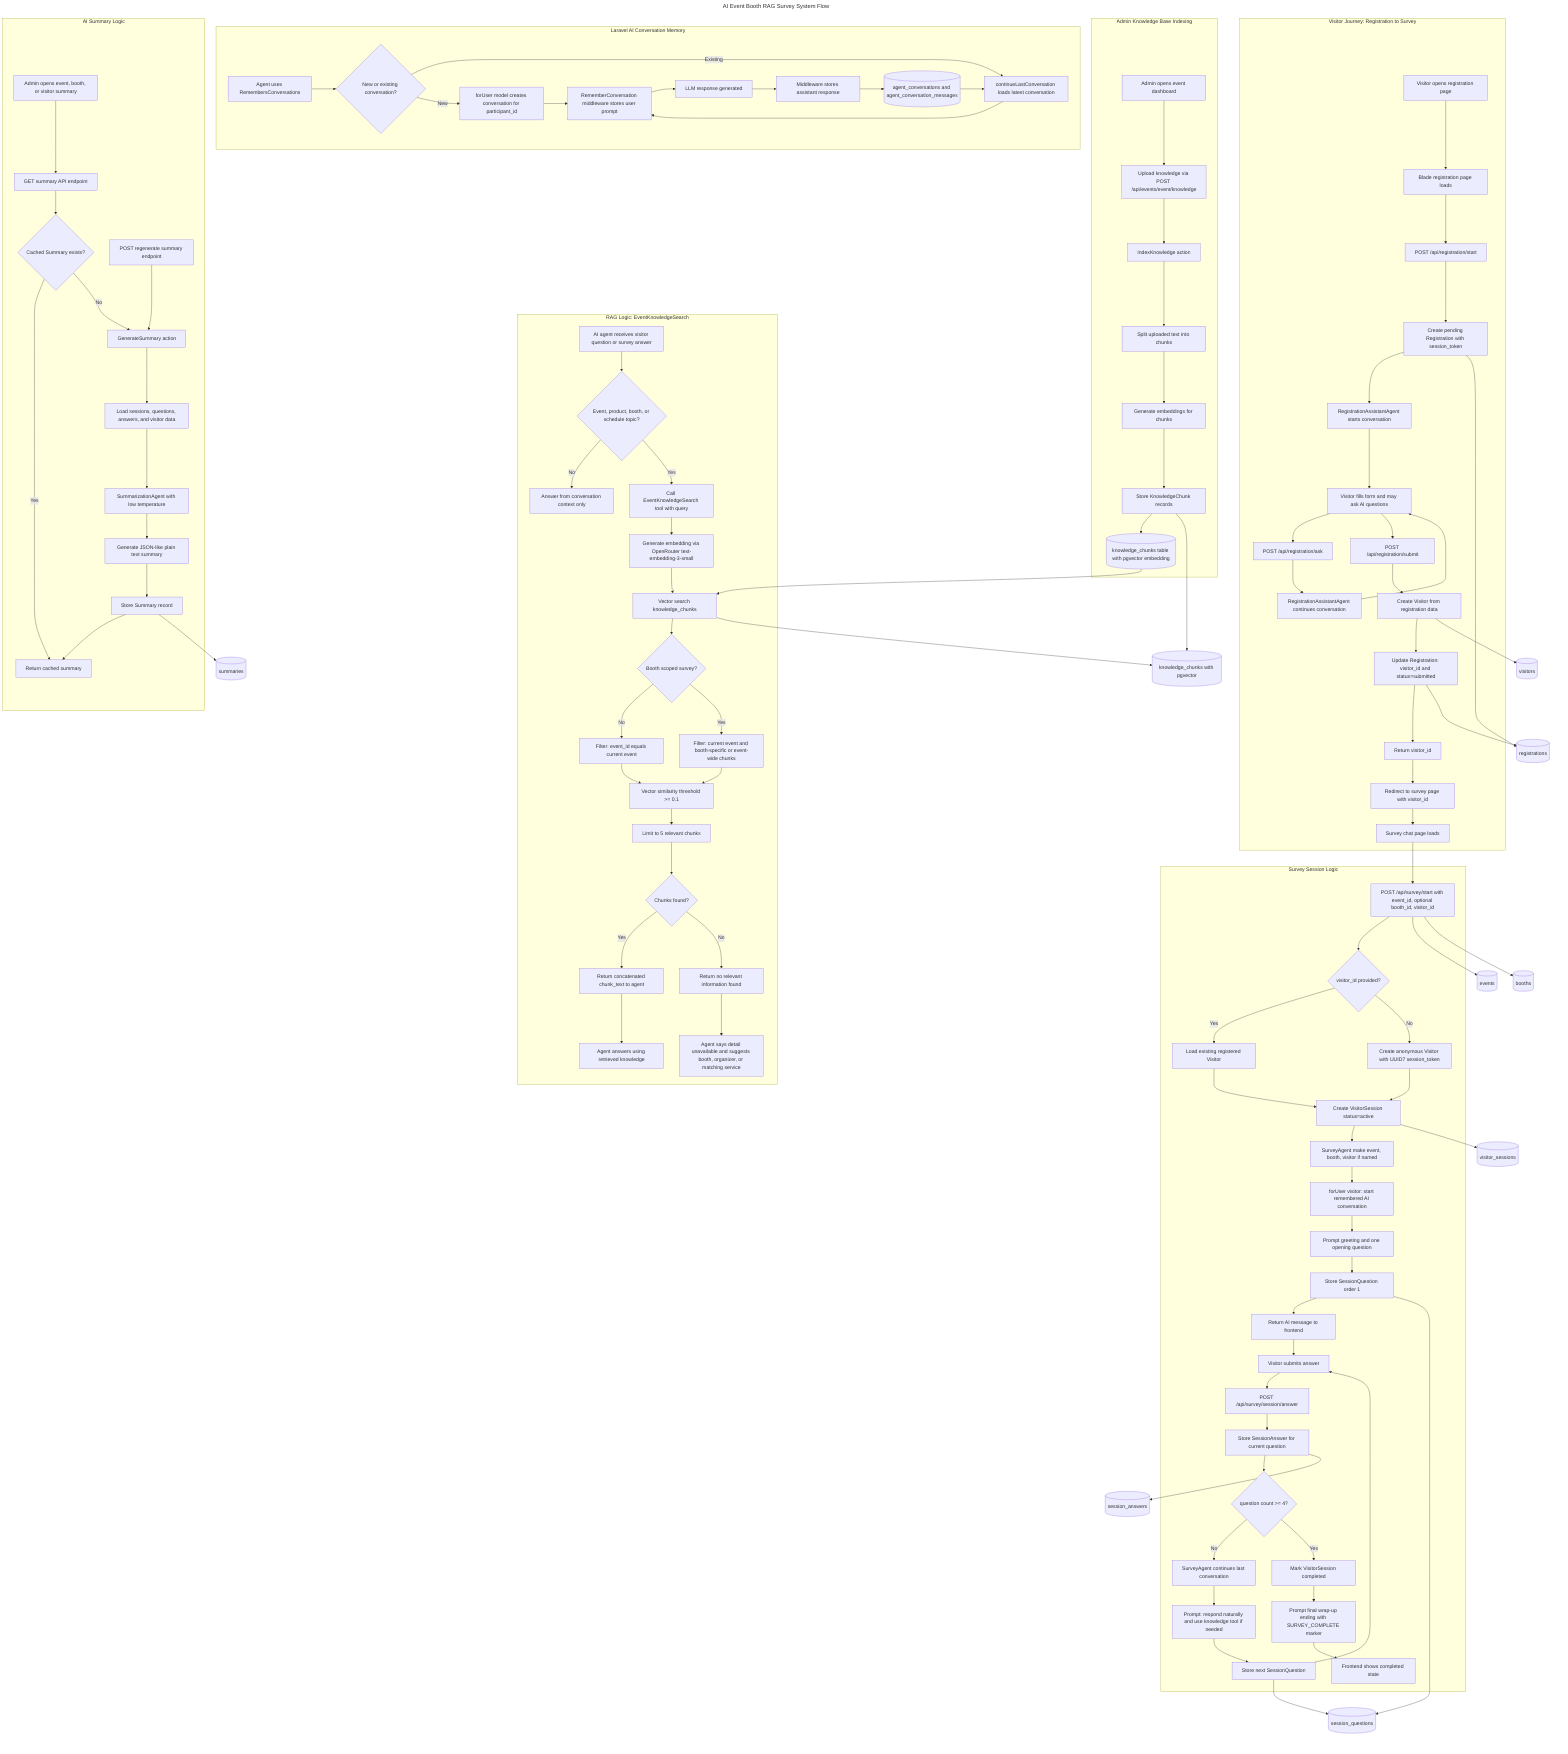
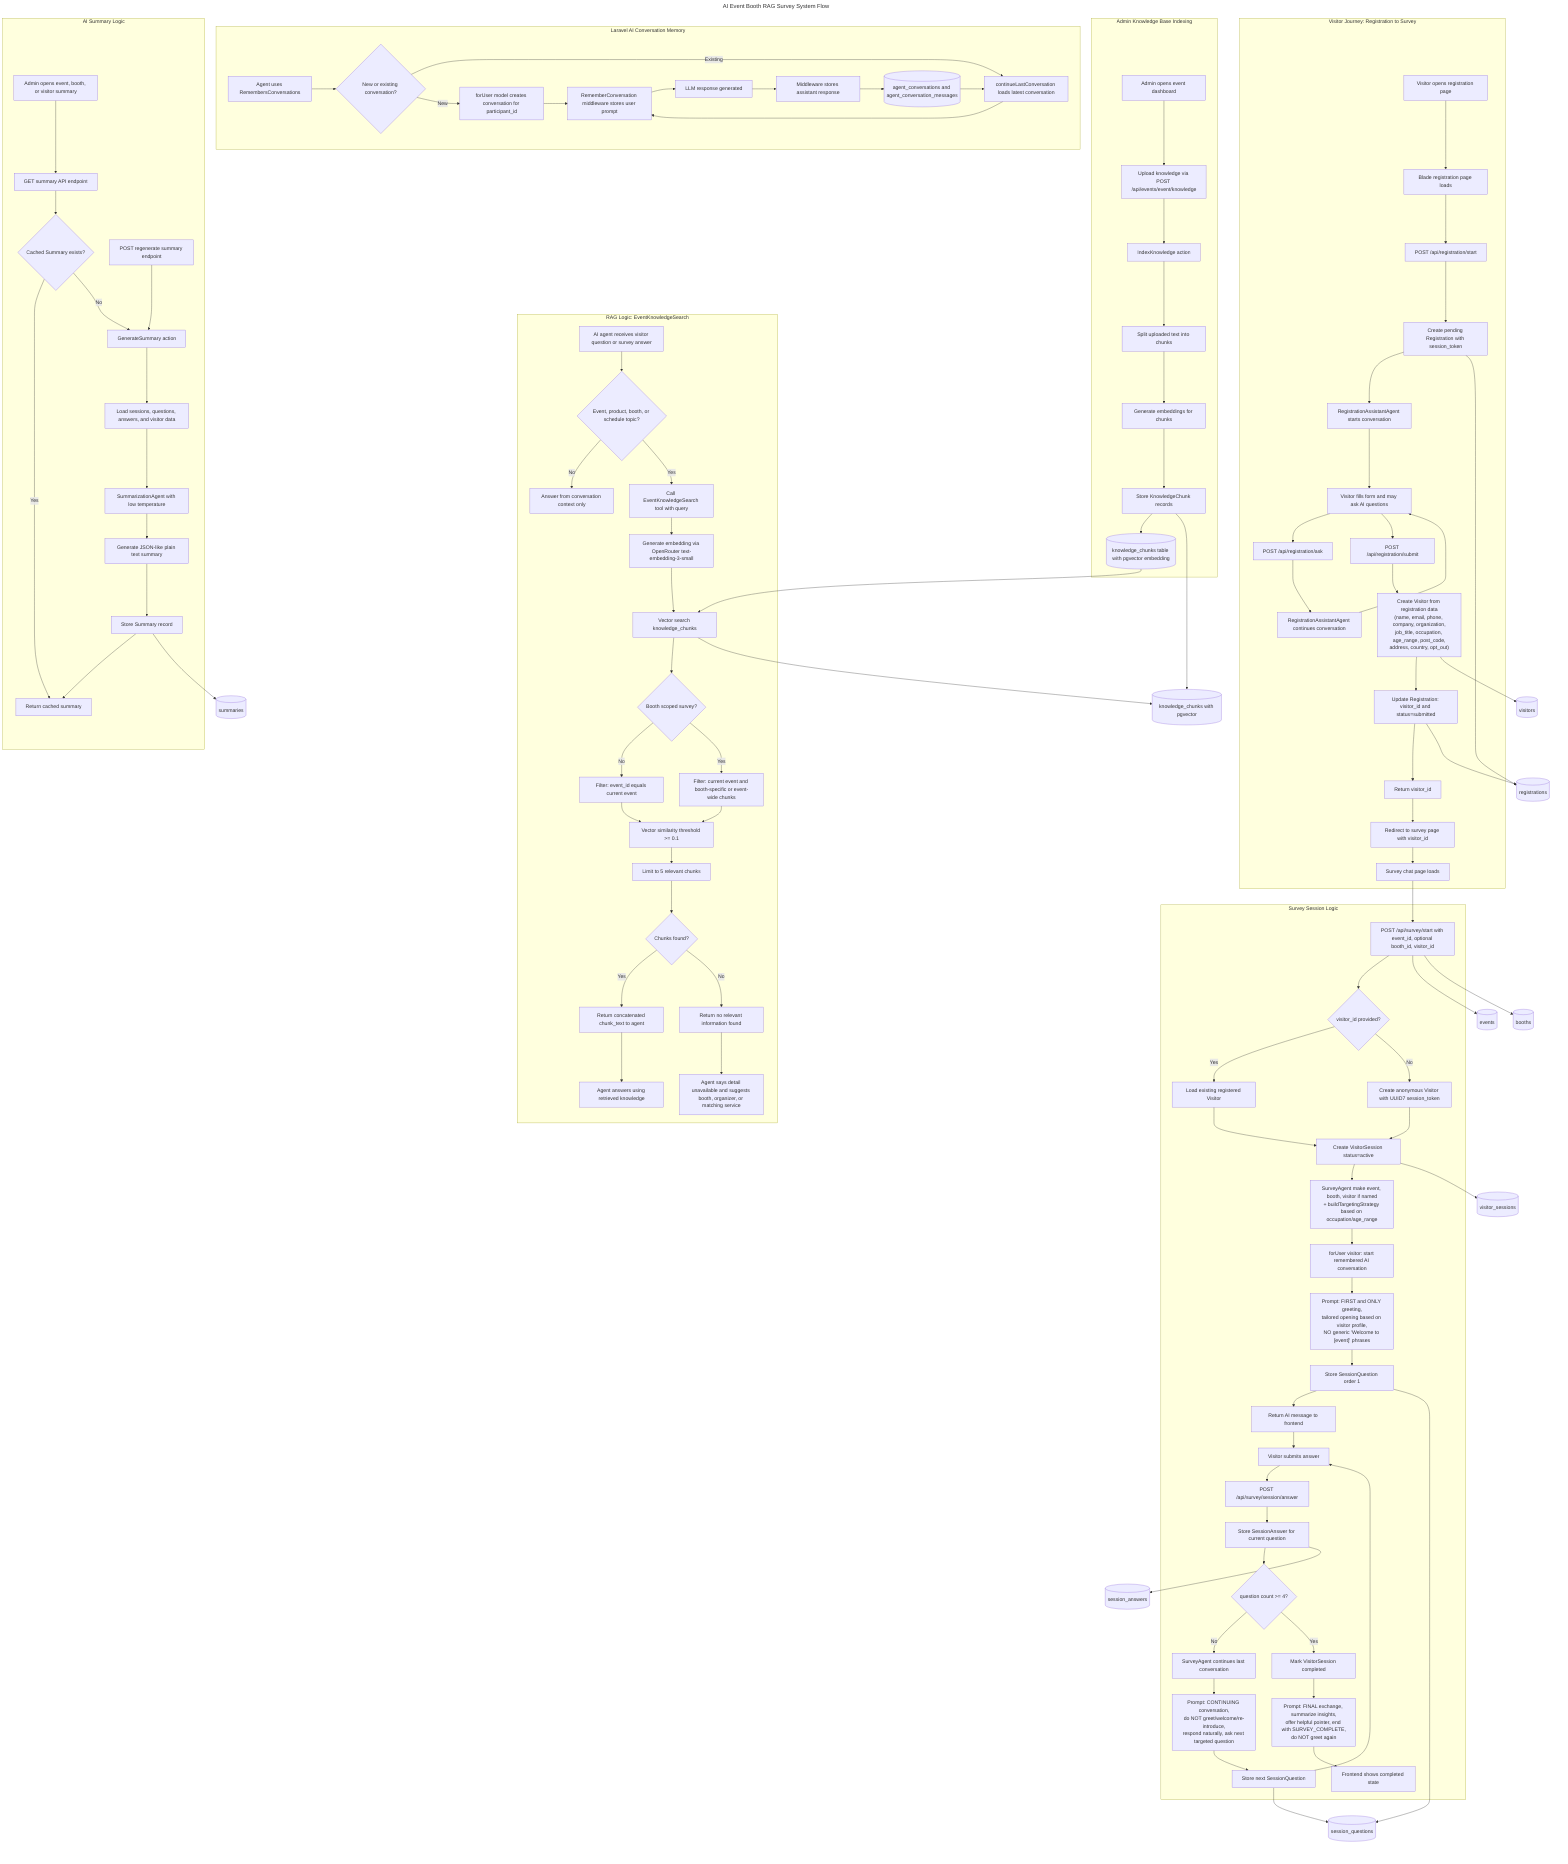
---
title: AI Event Booth RAG Survey System Flow
---

flowchart TD
    %% Overall visitor journey
    subgraph VisitorJourney["Visitor Journey: Registration to Survey"]
        A["Visitor opens registration page"] --> B["Blade registration page loads"]
        B --> C["POST /api/registration/start"]
        C --> D["Create pending Registration with session_token"]
        D --> E["RegistrationAssistantAgent starts conversation"]
        E --> F["Visitor fills form and may ask AI questions"]
        F --> G["POST /api/registration/ask"]
        G --> H["RegistrationAssistantAgent continues conversation"]
        H --> F
        F --> I["POST /api/registration/submit"]
-         I --> J["Create Visitor from registration data"]
+         I --> J["Create Visitor from registration data\n(name, email, phone, company, organization,\njob_title, occupation, age_range, post_code,\naddress, country, opt_out)"]
        J --> K["Update Registration: visitor_id and status=submitted"]
        K --> L["Return visitor_id"]
        L --> M["Redirect to survey page with visitor_id"]
        M --> N["Survey chat page loads"]
    end

    %% Survey session flow
    subgraph SurveyFlow["Survey Session Logic"]
        N --> O["POST /api/survey/start with event_id, optional booth_id, visitor_id"]
        O --> P{"visitor_id provided?"}
        P -- "Yes" --> Q["Load existing registered Visitor"]
        P -- "No" --> R["Create anonymous Visitor with UUID7 session_token"]
        Q --> SS["Create VisitorSession status=active"]
        R --> SS
-         SS --> T["SurveyAgent make event, booth, visitor if named"]
+         SS --> T["SurveyAgent make event, booth, visitor if named\n+ buildTargetingStrategy based on occupation/age_range"]
        T --> U["forUser visitor: start remembered AI conversation"]
-         U --> V["Prompt greeting and one opening question"]
+         U --> V["Prompt: FIRST and ONLY greeting,\ntailored opening based on visitor profile,\nNO generic 'Welcome to [event]' phrases"]
        V --> W["Store SessionQuestion order 1"]
        W --> X["Return AI message to frontend"]

        X --> Y["Visitor submits answer"]
        Y --> Z["POST /api/survey/session/answer"]
        Z --> AA["Store SessionAnswer for current question"]
        AA --> AB{"question count >= 4?"}
        AB -- "No" --> AC["SurveyAgent continues last conversation"]
-         AC --> AD["Prompt: respond naturally and use knowledge tool if needed"]
+         AC --> AD["Prompt: CONTINUING conversation,\ndo NOT greet/welcome/re-introduce,\nrespond naturally, ask next targeted question"]
        AD --> AE["Store next SessionQuestion"]
        AE --> Y
        AB -- "Yes" --> AF["Mark VisitorSession completed"]
-         AF --> AG["Prompt final wrap-up ending with SURVEY_COMPLETE marker"]
+         AF --> AG["Prompt: FINAL exchange, summarize insights,\noffer helpful pointer, end with SURVEY_COMPLETE,\ndo NOT greet again"]
        AG --> AH["Frontend shows completed state"]
    end

    %% RAG knowledge retrieval
    subgraph RAGFlow["RAG Logic: EventKnowledgeSearch"]
        R1["AI agent receives visitor question or survey answer"] --> R2{"Event, product, booth, or schedule topic?"}
        R2 -- "No" --> R3["Answer from conversation context only"]
        R2 -- "Yes" --> R4["Call EventKnowledgeSearch tool with query"]
        R4 --> R5["Generate embedding via OpenRouter text-embedding-3-small"]
        R5 --> R6["Vector search knowledge_chunks"]
        R6 --> R7{"Booth scoped survey?"}
        R7 -- "No" --> R8["Filter: event_id equals current event"]
        R7 -- "Yes" --> R9["Filter: current event and booth-specific or event-wide chunks"]
        R8 --> R10["Vector similarity threshold >= 0.1"]
        R9 --> R10
        R10 --> R11["Limit to 5 relevant chunks"]
        R11 --> R12{"Chunks found?"}
        R12 -- "Yes" --> R13["Return concatenated chunk_text to agent"]
        R12 -- "No" --> R14["Return no relevant information found"]
        R13 --> R15["Agent answers using retrieved knowledge"]
        R14 --> R16["Agent says detail unavailable and suggests booth, organizer, or matching service"]
    end

    %% Admin knowledge indexing
    subgraph AdminKnowledge["Admin Knowledge Base Indexing"]
        K1["Admin opens event dashboard"] --> K2["Upload knowledge via POST /api/events/event/knowledge"]
        K2 --> K3["IndexKnowledge action"]
        K3 --> K4["Split uploaded text into chunks"]
        K4 --> K5["Generate embeddings for chunks"]
        K5 --> K6["Store KnowledgeChunk records"]
        K6 --> K7[("knowledge_chunks table with pgvector embedding")]
        K7 --> R6
    end

    %% Conversation memory
    subgraph MemoryFlow["Laravel AI Conversation Memory"]
        M1["Agent uses RemembersConversations"] --> M2{"New or existing conversation?"}
        M2 -- "New" --> M3["forUser model creates conversation for participant_id"]
        M2 -- "Existing" --> M4["continueLastConversation loads latest conversation"]
        M3 --> M5["RememberConversation middleware stores user prompt"]
        M4 --> M5
        M5 --> M6["LLM response generated"]
        M6 --> M7["Middleware stores assistant response"]
        M7 --> M8[("agent_conversations and agent_conversation_messages")]
        M8 --> M4
    end

    %% Summary generation
    subgraph SummaryFlow["AI Summary Logic"]
        S1["Admin opens event, booth, or visitor summary"] --> S2["GET summary API endpoint"]
        S2 --> S3{"Cached Summary exists?"}
        S3 -- "Yes" --> S4["Return cached summary"]
        S3 -- "No" --> S5["GenerateSummary action"]
        S5 --> S6["Load sessions, questions, answers, and visitor data"]
        S6 --> S7["SummarizationAgent with low temperature"]
        S7 --> S8["Generate JSON-like plain text summary"]
        S8 --> S9["Store Summary record"]
        S9 --> S4
        S10["POST regenerate summary endpoint"] --> S5
    end

    %% Data stores
    DB1[("events")]
    DB2[("booths")]
    DB3[("registrations")]
    DB4[("visitors")]
    DB5[("visitor_sessions")]
    DB6[("session_questions")]
    DB7[("session_answers")]
    DB8[("knowledge_chunks with pgvector")]
    DB9[("summaries")]

    D --> DB3
    K --> DB3
    J --> DB4
    SS --> DB5
    W --> DB6
    AE --> DB6
    AA --> DB7
    K6 --> DB8
    R6 --> DB8
    S9 --> DB9
    O --> DB1
    O --> DB2
